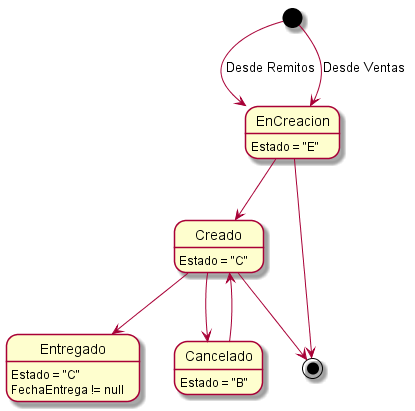
Earlier version of the PlantUML export Informe Final/Imagenes/DiagramasEstado/DiagramaDeEstado/remitos.png (ZMGestion/DocumentacionZMGestion).
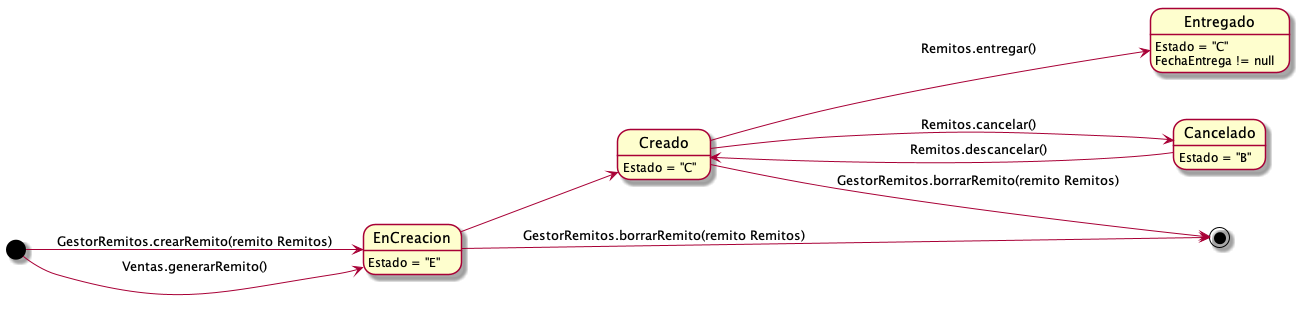
After the change.

Diff of the diagram source:
```diff
@@ -1,4 +1,5 @@
 @startuml remitos
+left to right direction
 
 EnCreacion: Estado = "E"
 Creado: Estado = "C"
@@ -6,13 +7,13 @@
 Entregado: FechaEntrega != null
 Cancelado: Estado = "B"
 
-[*] --> EnCreacion: Desde Remitos
-[*] --> EnCreacion: Desde Ventas
+[*] --> EnCreacion: GestorRemitos.crearRemito(remito Remitos)
+[*] --> EnCreacion: Ventas.generarRemito()
 EnCreacion --> Creado
-Creado --> Entregado
-Cancelado --> Creado
-Creado --> Cancelado
-EnCreacion --> [*]
-Creado --> [*]
+Creado --> Entregado: Remitos.entregar()
+Cancelado --> Creado: Remitos.descancelar()
+Creado --> Cancelado: Remitos.cancelar()
+EnCreacion --> [*]: GestorRemitos.borrarRemito(remito Remitos)
+Creado --> [*]: GestorRemitos.borrarRemito(remito Remitos)
 
 @enduml
```
